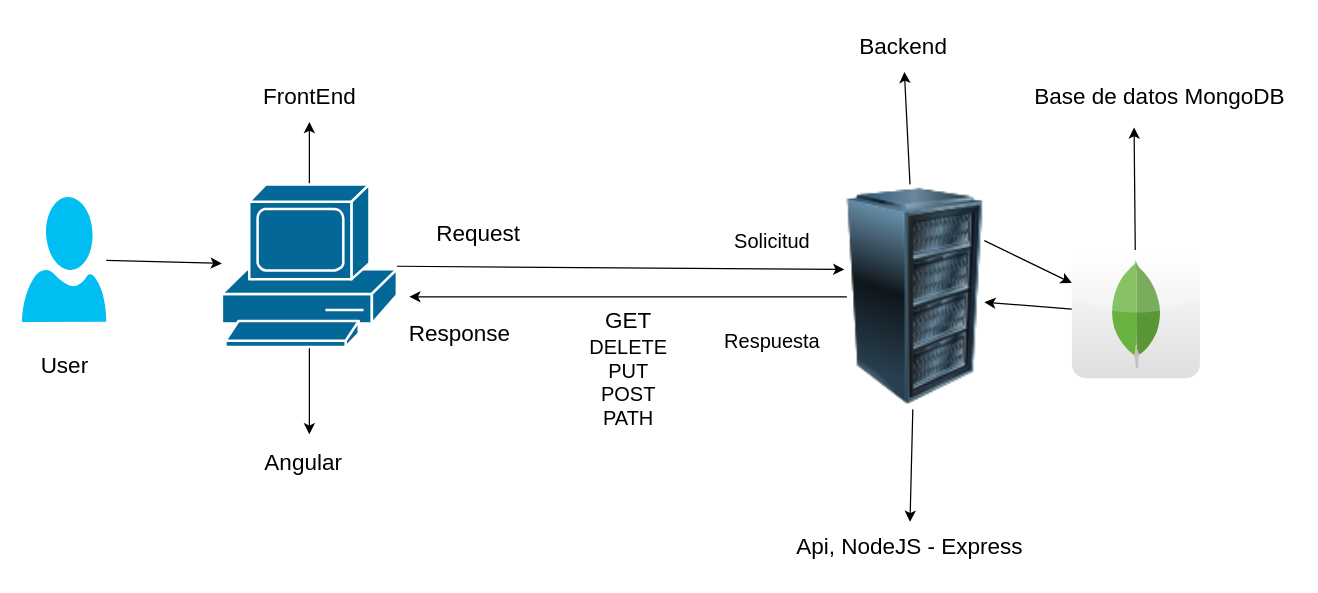
This is flujo.drawio from CarlosMrtnzMrtnz/Jscript, a draw.io file, before an edit. Source tidied: cells renumbered, new cells numbered last; positions are measured from the earlier drawing's top-left corner, leaving out a move shared by most shapes. Both pictures are drawn from the tidied source at 125%, with x=0, y=0 at pixel (21, 21).
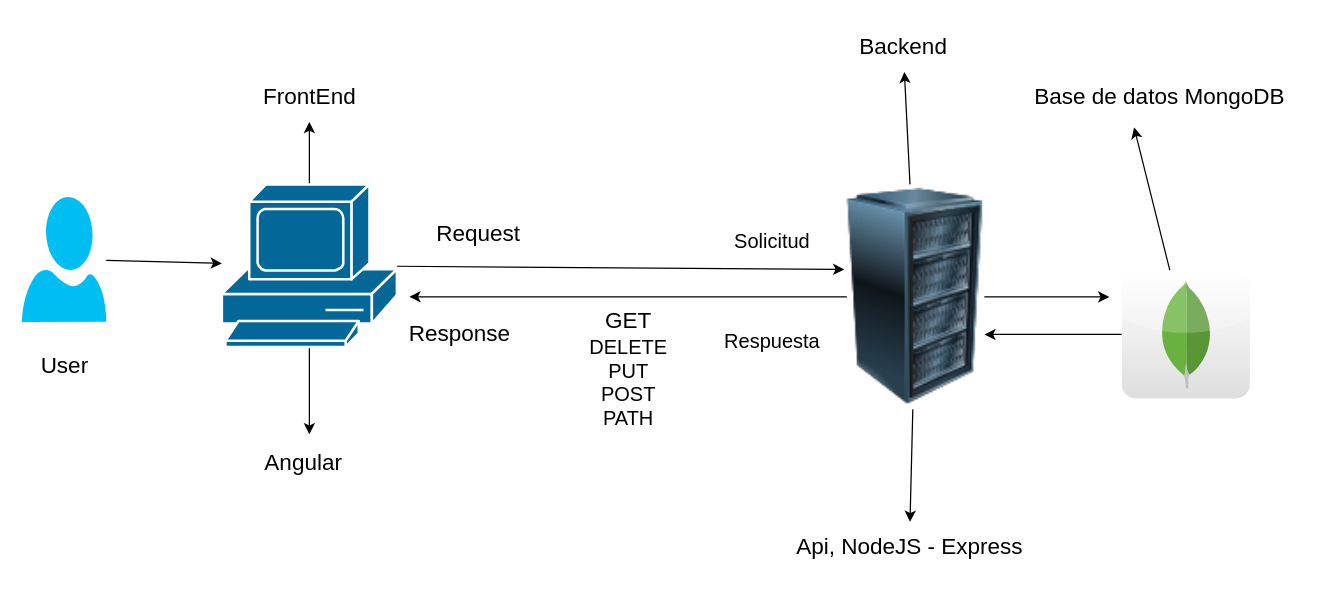
The same diagram, later.

Unchanged cells that the change refers to:
```xml
<mxCell id="9" style="image;html=1;image=img/lib/clip_art/computers/Server_Rack_128x128.png;" parent="1" vertex="1">
  <mxGeometry x="660" y="130" width="110" height="180" as="geometry" />
</mxCell>
```

The edit, as a diff of the source:
```diff
@@
-    <mxCell id="6" style="edgeStyle=none;html=1;exitX=1;exitY=0.25;exitDx=0;exitDy=0;" parent="1" edge="1" source="9" target="17">
-      <mxGeometry relative="1" as="geometry" />
-    </mxCell>
@@
+    <mxCell id="27" style="edgeStyle=none;html=1;" parent="1" edge="1" source="9">
+      <mxGeometry relative="1" as="geometry">
+        <mxPoint x="870" y="220" as="targetPoint" />
+      </mxGeometry>
+    </mxCell>
@@
-    <mxCell id="16" style="edgeStyle=none;html=1;" parent="1" edge="1" source="17" target="9">
+    <mxCell id="16" style="edgeStyle=none;html=1;entryX=1;entryY=0.667;entryDx=0;entryDy=0;entryPerimeter=0;" parent="1" edge="1" source="17" target="9">
       <mxGeometry relative="1" as="geometry" />
     </mxCell>
     <mxCell id="17" style="dashed=0;outlineConnect=0;html=1;align=center;labelPosition=center;verticalLabelPosition=bottom;verticalAlign=top;shape=mxgraph.webicons.mongodb;gradientColor=#DFDEDE;" parent="1" vertex="1">
-      <mxGeometry x="840" y="182.6" width="102.4" height="102.4" as="geometry" />
+      <mxGeometry x="880" y="198.8" width="102.4" height="102.4" as="geometry" />
     </mxCell>
```
